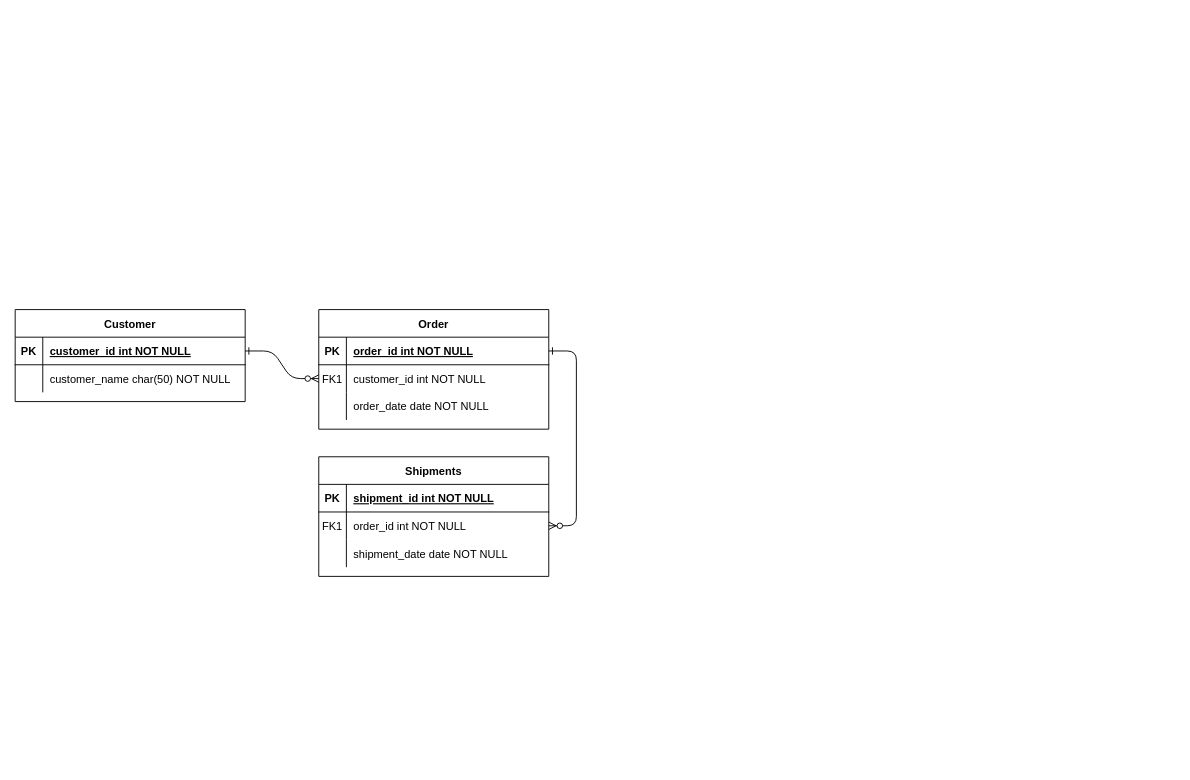
This is Untitled Diagram.drawio from jefsamo/gct-ticketing-system, a draw.io file, before an edit. Source tidied: cells renumbered, new cells numbered last; positions are measured from the earlier drawing's top-left corner, leaving out a move shared by most shapes. Both pictures are drawn from the tidied source at 92%, with x=0, y=0 at pixel (15, 309).
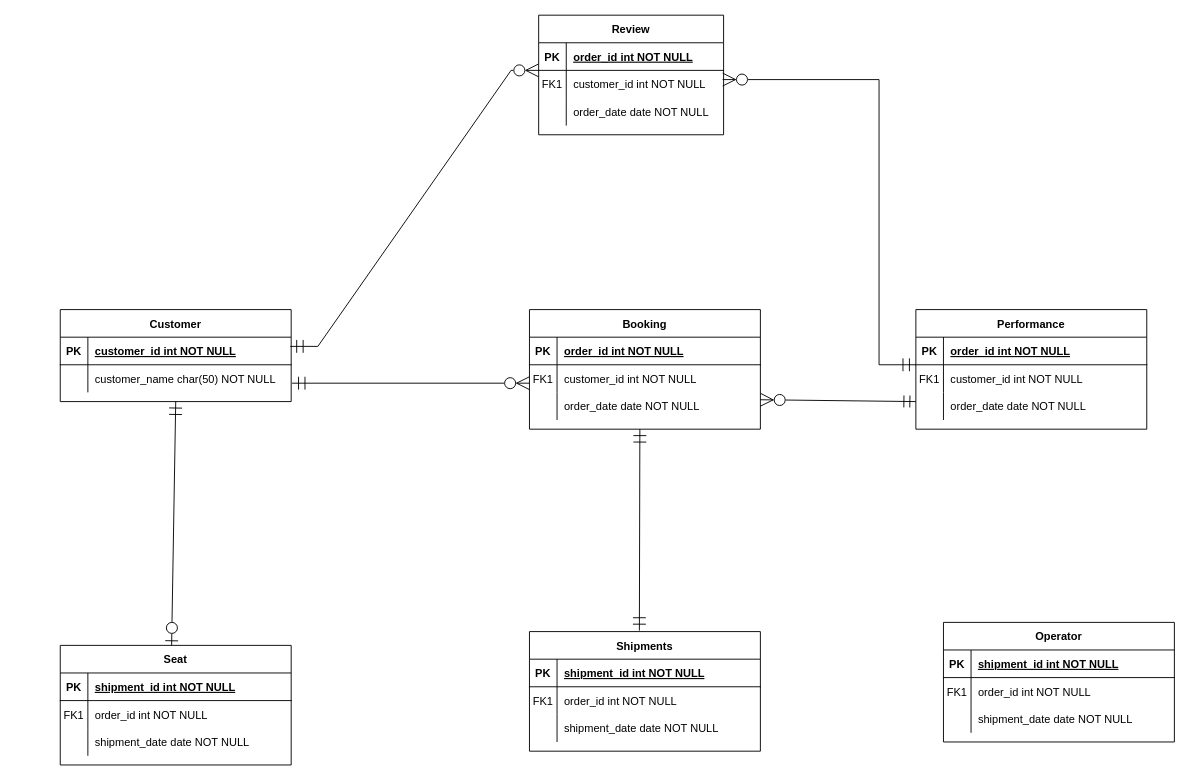
The same page after the edit.

Commit message:
Entity relationship

What changed in the source:
```diff
@@
-    <mxCell id="2" style="edgeStyle=entityRelationEdgeStyle;endArrow=ERzeroToMany;startArrow=ERone;endFill=1;startFill=0;" parent="1" edge="1" source="25" target="8">
-      <mxGeometry relative="1" as="geometry" />
-    </mxCell>
-    <mxCell id="3" style="edgeStyle=entityRelationEdgeStyle;endArrow=ERzeroToMany;startArrow=ERone;endFill=1;startFill=0;" parent="1" edge="1" source="5" target="18">
-      <mxGeometry relative="1" as="geometry" />
-    </mxCell>
-    <mxCell id="4" value="Order" style="shape=table;startSize=30;childLayout=tableLayout;rowLines=0;fontStyle=1;align=center;" parent="1" vertex="1">
-      <mxGeometry x="330" width="250" height="130" as="geometry" />
+    <mxCell id="4" value="Booking" style="shape=table;startSize=30;childLayout=tableLayout;rowLines=0;fontStyle=1;align=center;" parent="1" vertex="1">
+      <mxGeometry x="559" width="251" height="130" as="geometry" />
     </mxCell>
     <mxCell id="5" style="shape=partialRectangle;fillColor=none;points=[[0,0.5],[1,0.5]];portConstraint=eastwest;top=0;left=0;right=0;bottom=1;" parent="4" vertex="1">
-      <mxGeometry y="30" width="250" height="30" as="geometry" />
+      <mxGeometry y="30" width="251" height="30" as="geometry" />
     </mxCell>
@@
     <mxCell id="7" value="order_id int NOT NULL " style="shape=partialRectangle;overflow=hidden;fillColor=none;top=0;left=0;bottom=0;right=0;align=left;spacingLeft=6;fontStyle=5;" parent="5" vertex="1">
-      <mxGeometry x="30" width="220" height="30" as="geometry" />
+      <mxGeometry x="30" width="221" height="30" as="geometry" />
     </mxCell>
     <mxCell id="8" style="shape=partialRectangle;fillColor=none;points=[[0,0.5],[1,0.5]];portConstraint=eastwest;top=0;left=0;right=0;bottom=0;" parent="4" vertex="1">
-      <mxGeometry y="60" width="250" height="30" as="geometry" />
+      <mxGeometry y="60" width="251" height="30" as="geometry" />
     </mxCell>
@@
     <mxCell id="10" value="customer_id int NOT NULL" style="shape=partialRectangle;overflow=hidden;fillColor=none;top=0;left=0;bottom=0;right=0;align=left;spacingLeft=6;" parent="8" vertex="1">
-      <mxGeometry x="30" width="220" height="30" as="geometry" />
+      <mxGeometry x="30" width="221" height="30" as="geometry" />
     </mxCell>
     <mxCell id="11" style="shape=partialRectangle;fillColor=none;points=[[0,0.5],[1,0.5]];portConstraint=eastwest;top=0;left=0;right=0;bottom=0;" parent="4" vertex="1">
-      <mxGeometry y="90" width="250" height="30" as="geometry" />
+      <mxGeometry y="90" width="251" height="30" as="geometry" />
     </mxCell>
@@
     <mxCell id="13" value="order_date date NOT NULL" style="shape=partialRectangle;overflow=hidden;fillColor=none;top=0;left=0;bottom=0;right=0;align=left;spacingLeft=6;" parent="11" vertex="1">
-      <mxGeometry x="30" width="220" height="30" as="geometry" />
+      <mxGeometry x="30" width="221" height="30" as="geometry" />
     </mxCell>
     <mxCell id="14" value="Shipments" style="shape=table;startSize=30;childLayout=tableLayout;rowLines=0;fontStyle=1;align=center;" parent="1" vertex="1">
-      <mxGeometry x="330" y="160" width="250" height="130" as="geometry" />
+      <mxGeometry x="559" y="350" width="251" height="130" as="geometry" />
     </mxCell>
     <mxCell id="15" style="shape=partialRectangle;fillColor=none;top=0;left=0;right=0;bottom=1;" parent="14" vertex="1">
-      <mxGeometry y="30" width="250" height="30" as="geometry" />
+      <mxGeometry y="30" width="251" height="30" as="geometry" />
     </mxCell>
@@
     <mxCell id="17" value="shipment_id int NOT NULL " style="shape=partialRectangle;overflow=hidden;fillColor=none;top=0;left=0;bottom=0;right=0;align=left;spacingLeft=6;fontStyle=5;" parent="15" vertex="1">
-      <mxGeometry x="30" width="220" height="30" as="geometry" />
+      <mxGeometry x="30" width="221" height="30" as="geometry" />
     </mxCell>
     <mxCell id="18" style="shape=partialRectangle;fillColor=none;points=[[0,0.5],[1,0.5]];portConstraint=eastwest;top=0;left=0;right=0;bottom=0;" parent="14" vertex="1">
-      <mxGeometry y="60" width="250" height="30" as="geometry" />
+      <mxGeometry y="60" width="251" height="30" as="geometry" />
     </mxCell>
@@
     <mxCell id="20" value="order_id int NOT NULL" style="shape=partialRectangle;overflow=hidden;fillColor=none;top=0;left=0;bottom=0;right=0;align=left;spacingLeft=6;" parent="18" vertex="1">
-      <mxGeometry x="30" width="220" height="30" as="geometry" />
+      <mxGeometry x="30" width="221" height="30" as="geometry" />
     </mxCell>
     <mxCell id="21" style="shape=partialRectangle;fillColor=none;top=0;left=0;right=0;bottom=0;" parent="14" vertex="1">
-      <mxGeometry y="90" width="250" height="30" as="geometry" />
+      <mxGeometry y="90" width="251" height="30" as="geometry" />
     </mxCell>
@@
     <mxCell id="23" value="shipment_date date NOT NULL" style="shape=partialRectangle;overflow=hidden;fillColor=none;top=0;left=0;bottom=0;right=0;align=left;spacingLeft=6;" parent="21" vertex="1">
-      <mxGeometry x="30" width="220" height="30" as="geometry" />
+      <mxGeometry x="30" width="221" height="30" as="geometry" />
     </mxCell>
     <mxCell id="24" value="Customer" style="shape=table;startSize=30;childLayout=tableLayout;rowLines=0;fontStyle=1;align=center;" parent="1" vertex="1">
-      <mxGeometry width="250" height="100" as="geometry" />
+      <mxGeometry x="49" width="251" height="100" as="geometry" />
     </mxCell>
     <mxCell id="25" style="shape=partialRectangle;fillColor=none;points=[[0,0.5],[1,0.5]];portConstraint=eastwest;top=0;left=0;right=0;bottom=1;" parent="24" vertex="1">
-      <mxGeometry y="30" width="250" height="30" as="geometry" />
+      <mxGeometry y="30" width="251" height="30" as="geometry" />
     </mxCell>
@@
     <mxCell id="27" value="customer_id int NOT NULL " style="shape=partialRectangle;overflow=hidden;fillColor=none;top=0;left=0;bottom=0;right=0;align=left;spacingLeft=6;fontStyle=5;" parent="25" vertex="1">
-      <mxGeometry x="30" width="220" height="30" as="geometry" />
+      <mxGeometry x="30" width="221" height="30" as="geometry" />
     </mxCell>
     <mxCell id="28" style="shape=partialRectangle;fillColor=none;top=0;left=0;right=0;bottom=0;" parent="24" vertex="1">
-      <mxGeometry y="60" width="250" height="30" as="geometry" />
+      <mxGeometry y="60" width="251" height="30" as="geometry" />
     </mxCell>
@@
     <mxCell id="30" value="customer_name char(50) NOT NULL" style="shape=partialRectangle;overflow=hidden;fillColor=none;top=0;left=0;bottom=0;right=0;align=left;spacingLeft=6;" parent="28" vertex="1">
-      <mxGeometry x="30" width="220" height="30" as="geometry" />
+      <mxGeometry x="30" width="221" height="30" as="geometry" />
     </mxCell>
+    <mxCell id="31" style="endArrow=ERmandOne;html=1;rounded=0;entryX=0.5;entryY=1;entryDx=0;entryDy=0;exitX=0.455;exitY=-0.015;exitDx=0;exitDy=0;exitPerimeter=0;startArrow=ERzeroToOne;startFill=0;endFill=0;endSize=12;startSize=12;" parent="1" edge="1" target="24">
+      <mxGeometry relative="1" as="geometry">
+        <mxPoint x="170" y="367" as="sourcePoint" />
+      </mxGeometry>
+    </mxCell>
+    <mxCell id="32" value="Performance" style="shape=table;startSize=30;childLayout=tableLayout;rowLines=0;fontStyle=1;align=center;" parent="1" vertex="1">
+      <mxGeometry x="979" width="251" height="130" as="geometry" />
+    </mxCell>
+    <mxCell id="33" style="shape=partialRectangle;fillColor=none;top=0;left=0;right=0;bottom=1;" parent="32" vertex="1">
+      <mxGeometry y="30" width="251" height="30" as="geometry" />
+    </mxCell>
+    <mxCell id="34" value="PK" style="shape=partialRectangle;overflow=hidden;fillColor=none;top=0;left=0;bottom=0;right=0;fontStyle=1;" parent="33" vertex="1">
+      <mxGeometry width="30" height="30" as="geometry" />
+    </mxCell>
+    <mxCell id="35" value="order_id int NOT NULL " style="shape=partialRectangle;overflow=hidden;fillColor=none;top=0;left=0;bottom=0;right=0;align=left;spacingLeft=6;fontStyle=5;" parent="33" vertex="1">
+      <mxGeometry x="30" width="221" height="30" as="geometry" />
+    </mxCell>
+    <mxCell id="36" style="shape=partialRectangle;fillColor=none;top=0;left=0;right=0;bottom=0;" parent="32" vertex="1">
+      <mxGeometry y="60" width="251" height="30" as="geometry" />
+    </mxCell>
+    <mxCell id="37" value="FK1" style="shape=partialRectangle;overflow=hidden;fillColor=none;top=0;left=0;bottom=0;right=0;" parent="36" vertex="1">
+      <mxGeometry width="30" height="30" as="geometry" />
+    </mxCell>
+    <mxCell id="38" value="customer_id int NOT NULL" style="shape=partialRectangle;overflow=hidden;fillColor=none;top=0;left=0;bottom=0;right=0;align=left;spacingLeft=6;" parent="36" vertex="1">
+      <mxGeometry x="30" width="221" height="30" as="geometry" />
+    </mxCell>
+    <mxCell id="39" style="shape=partialRectangle;fillColor=none;top=0;left=0;right=0;bottom=0;" parent="32" vertex="1">
+      <mxGeometry y="90" width="251" height="30" as="geometry" />
+    </mxCell>
+    <mxCell id="40" style="shape=partialRectangle;overflow=hidden;fillColor=none;top=0;left=0;bottom=0;right=0;" parent="39" vertex="1">
+      <mxGeometry width="30" height="30" as="geometry" />
+    </mxCell>
+    <mxCell id="41" value="order_date date NOT NULL" style="shape=partialRectangle;overflow=hidden;fillColor=none;top=0;left=0;bottom=0;right=0;align=left;spacingLeft=6;" parent="39" vertex="1">
+      <mxGeometry x="30" width="221" height="30" as="geometry" />
+    </mxCell>
+    <mxCell id="42" style="edgeStyle=entityRelationEdgeStyle;fontSize=12;html=1;endArrow=ERzeroToMany;startArrow=ERmandOne;rounded=0;endSize=12;startSize=12;endFill=0;" parent="1" edge="1">
+      <mxGeometry relative="1" as="geometry">
+        <mxPoint x="299" y="40" as="sourcePoint" />
+        <mxPoint x="569" y="-260" as="targetPoint" />
+      </mxGeometry>
+    </mxCell>
+    <mxCell id="43" style="endArrow=ERmandOne;html=1;rounded=0;endFill=0;endSize=12;" parent="1" edge="1">
+      <mxGeometry relative="1" as="geometry">
+        <mxPoint x="939" y="60" as="sourcePoint" />
+        <mxPoint x="979" y="60" as="targetPoint" />
+      </mxGeometry>
+    </mxCell>
+    <mxCell id="44" style="endArrow=none;html=1;rounded=0;" parent="1" edge="1">
+      <mxGeometry relative="1" as="geometry">
+        <mxPoint x="939" y="60" as="sourcePoint" />
+        <mxPoint x="939" y="-250" as="targetPoint" />
+      </mxGeometry>
+    </mxCell>
+    <mxCell id="45" style="endArrow=none;html=1;rounded=0;endFill=0;startArrow=ERzeroToMany;startFill=0;endSize=13;startSize=12;" parent="1" edge="1">
+      <mxGeometry relative="1" as="geometry">
+        <mxPoint x="769" y="-250" as="sourcePoint" />
+        <mxPoint x="939" y="-250" as="targetPoint" />
+      </mxGeometry>
+    </mxCell>
+    <mxCell id="46" style="endArrow=ERzeroToMany;html=1;rounded=0;startArrow=ERmandOne;startFill=0;endFill=0;endSize=12;startSize=12;" parent="1" edge="1">
+      <mxGeometry relative="1" as="geometry">
+        <mxPoint x="301" y="80" as="sourcePoint" />
+        <mxPoint x="559" y="80" as="targetPoint" />
+      </mxGeometry>
+    </mxCell>
+    <mxCell id="47" value="Review" style="shape=table;startSize=30;childLayout=tableLayout;rowLines=0;fontStyle=1;align=center;" parent="1" vertex="1">
+      <mxGeometry x="569" y="-320" width="201" height="130" as="geometry" />
+    </mxCell>
+    <mxCell id="48" style="shape=partialRectangle;fillColor=none;top=0;left=0;right=0;bottom=1;" parent="47" vertex="1">
+      <mxGeometry y="30" width="201" height="30" as="geometry" />
+    </mxCell>
+    <mxCell id="49" value="PK" style="shape=partialRectangle;overflow=hidden;fillColor=none;top=0;left=0;bottom=0;right=0;fontStyle=1;" parent="48" vertex="1">
+      <mxGeometry width="30" height="30" as="geometry" />
+    </mxCell>
+    <mxCell id="50" value="order_id int NOT NULL " style="shape=partialRectangle;overflow=hidden;fillColor=none;top=0;left=0;bottom=0;right=0;align=left;spacingLeft=6;fontStyle=5;" parent="48" vertex="1">
+      <mxGeometry x="30" width="171" height="30" as="geometry" />
+    </mxCell>
+    <mxCell id="51" style="shape=partialRectangle;fillColor=none;top=0;left=0;right=0;bottom=0;" parent="47" vertex="1">
+      <mxGeometry y="60" width="201" height="30" as="geometry" />
+    </mxCell>
+    <mxCell id="52" value="FK1" style="shape=partialRectangle;overflow=hidden;fillColor=none;top=0;left=0;bottom=0;right=0;" parent="51" vertex="1">
+      <mxGeometry width="30" height="30" as="geometry" />
+    </mxCell>
+    <mxCell id="53" value="customer_id int NOT NULL" style="shape=partialRectangle;overflow=hidden;fillColor=none;top=0;left=0;bottom=0;right=0;align=left;spacingLeft=6;" parent="51" vertex="1">
+      <mxGeometry x="30" width="171" height="30" as="geometry" />
+    </mxCell>
+    <mxCell id="54" style="shape=partialRectangle;fillColor=none;top=0;left=0;right=0;bottom=0;" parent="47" vertex="1">
+      <mxGeometry y="90" width="201" height="30" as="geometry" />
+    </mxCell>
+    <mxCell id="55" style="shape=partialRectangle;overflow=hidden;fillColor=none;top=0;left=0;bottom=0;right=0;" parent="54" vertex="1">
+      <mxGeometry width="30" height="30" as="geometry" />
+    </mxCell>
+    <mxCell id="56" value="order_date date NOT NULL" style="shape=partialRectangle;overflow=hidden;fillColor=none;top=0;left=0;bottom=0;right=0;align=left;spacingLeft=6;" parent="54" vertex="1">
+      <mxGeometry x="30" width="171" height="30" as="geometry" />
+    </mxCell>
+    <mxCell id="57" style="endArrow=ERmandOne;html=1;rounded=0;exitX=1;exitY=0.267;exitDx=0;exitDy=0;exitPerimeter=0;startArrow=ERzeroToMany;startFill=0;endFill=0;startSize=12;endSize=11;" parent="1" edge="1" source="11">
+      <mxGeometry relative="1" as="geometry">
+        <mxPoint x="979" y="100" as="targetPoint" />
+      </mxGeometry>
+    </mxCell>
+    <mxCell id="58" value="Operator" style="shape=table;startSize=30;childLayout=tableLayout;rowLines=0;fontStyle=1;align=center;" parent="1" vertex="1">
+      <mxGeometry x="1009" y="340" width="251" height="130" as="geometry" />
+    </mxCell>
+    <mxCell id="59" style="shape=partialRectangle;fillColor=none;top=0;left=0;right=0;bottom=1;" parent="58" vertex="1">
+      <mxGeometry y="30" width="251" height="30" as="geometry" />
+    </mxCell>
+    <mxCell id="60" value="PK" style="shape=partialRectangle;overflow=hidden;fillColor=none;top=0;left=0;bottom=0;right=0;fontStyle=1;" parent="59" vertex="1">
+      <mxGeometry width="30" height="30" as="geometry" />
+    </mxCell>
+    <mxCell id="61" value="shipment_id int NOT NULL " style="shape=partialRectangle;overflow=hidden;fillColor=none;top=0;left=0;bottom=0;right=0;align=left;spacingLeft=6;fontStyle=5;" parent="59" vertex="1">
+      <mxGeometry x="30" width="221" height="30" as="geometry" />
+    </mxCell>
+    <mxCell id="62" style="shape=partialRectangle;fillColor=none;top=0;left=0;right=0;bottom=0;" parent="58" vertex="1">
+      <mxGeometry y="60" width="251" height="30" as="geometry" />
+    </mxCell>
+    <mxCell id="63" value="FK1" style="shape=partialRectangle;overflow=hidden;fillColor=none;top=0;left=0;bottom=0;right=0;" parent="62" vertex="1">
+      <mxGeometry width="30" height="30" as="geometry" />
+    </mxCell>
+    <mxCell id="64" value="order_id int NOT NULL" style="shape=partialRectangle;overflow=hidden;fillColor=none;top=0;left=0;bottom=0;right=0;align=left;spacingLeft=6;" parent="62" vertex="1">
+      <mxGeometry x="30" width="221" height="30" as="geometry" />
+    </mxCell>
+    <mxCell id="65" style="shape=partialRectangle;fillColor=none;top=0;left=0;right=0;bottom=0;" parent="58" vertex="1">
+      <mxGeometry y="90" width="251" height="30" as="geometry" />
+    </mxCell>
+    <mxCell id="66" style="shape=partialRectangle;overflow=hidden;fillColor=none;top=0;left=0;bottom=0;right=0;" parent="65" vertex="1">
+      <mxGeometry width="30" height="30" as="geometry" />
+    </mxCell>
+    <mxCell id="67" value="shipment_date date NOT NULL" style="shape=partialRectangle;overflow=hidden;fillColor=none;top=0;left=0;bottom=0;right=0;align=left;spacingLeft=6;" parent="65" vertex="1">
+      <mxGeometry x="30" width="221" height="30" as="geometry" />
+    </mxCell>
+    <mxCell id="68" style="endArrow=ERmandOne;html=1;rounded=0;exitX=0.476;exitY=-0.008;exitDx=0;exitDy=0;exitPerimeter=0;startArrow=ERmandOne;startFill=0;endFill=0;endSize=12;startSize=12;" parent="1" edge="1" source="14">
+      <mxGeometry relative="1" as="geometry">
+        <mxPoint x="679" y="130" as="targetPoint" />
+      </mxGeometry>
+    </mxCell>
+    <mxCell id="69" value="Seat" style="shape=table;startSize=30;childLayout=tableLayout;rowLines=0;fontStyle=1;align=center;" parent="1" vertex="1">
+      <mxGeometry x="49" y="365" width="251" height="130" as="geometry" />
+    </mxCell>
+    <mxCell id="70" style="shape=partialRectangle;fillColor=none;top=0;left=0;right=0;bottom=1;" parent="69" vertex="1">
+      <mxGeometry y="30" width="251" height="30" as="geometry" />
+    </mxCell>
+    <mxCell id="71" value="PK" style="shape=partialRectangle;overflow=hidden;fillColor=none;top=0;left=0;bottom=0;right=0;fontStyle=1;" parent="70" vertex="1">
+      <mxGeometry width="30" height="30" as="geometry" />
+    </mxCell>
+    <mxCell id="72" value="shipment_id int NOT NULL " style="shape=partialRectangle;overflow=hidden;fillColor=none;top=0;left=0;bottom=0;right=0;align=left;spacingLeft=6;fontStyle=5;" parent="70" vertex="1">
+      <mxGeometry x="30" width="221" height="30" as="geometry" />
+    </mxCell>
+    <mxCell id="73" style="shape=partialRectangle;fillColor=none;top=0;left=0;right=0;bottom=0;" parent="69" vertex="1">
+      <mxGeometry y="60" width="251" height="30" as="geometry" />
+    </mxCell>
+    <mxCell id="74" value="FK1" style="shape=partialRectangle;overflow=hidden;fillColor=none;top=0;left=0;bottom=0;right=0;" parent="73" vertex="1">
+      <mxGeometry width="30" height="30" as="geometry" />
+    </mxCell>
+    <mxCell id="75" value="order_id int NOT NULL" style="shape=partialRectangle;overflow=hidden;fillColor=none;top=0;left=0;bottom=0;right=0;align=left;spacingLeft=6;" parent="73" vertex="1">
+      <mxGeometry x="30" width="221" height="30" as="geometry" />
+    </mxCell>
+    <mxCell id="76" style="shape=partialRectangle;fillColor=none;top=0;left=0;right=0;bottom=0;" parent="69" vertex="1">
+      <mxGeometry y="90" width="251" height="30" as="geometry" />
+    </mxCell>
+    <mxCell id="77" style="shape=partialRectangle;overflow=hidden;fillColor=none;top=0;left=0;bottom=0;right=0;" parent="76" vertex="1">
+      <mxGeometry width="30" height="30" as="geometry" />
+    </mxCell>
+    <mxCell id="78" value="shipment_date date NOT NULL" style="shape=partialRectangle;overflow=hidden;fillColor=none;top=0;left=0;bottom=0;right=0;align=left;spacingLeft=6;" parent="76" vertex="1">
+      <mxGeometry x="30" width="221" height="30" as="geometry" />
+    </mxCell>
```
